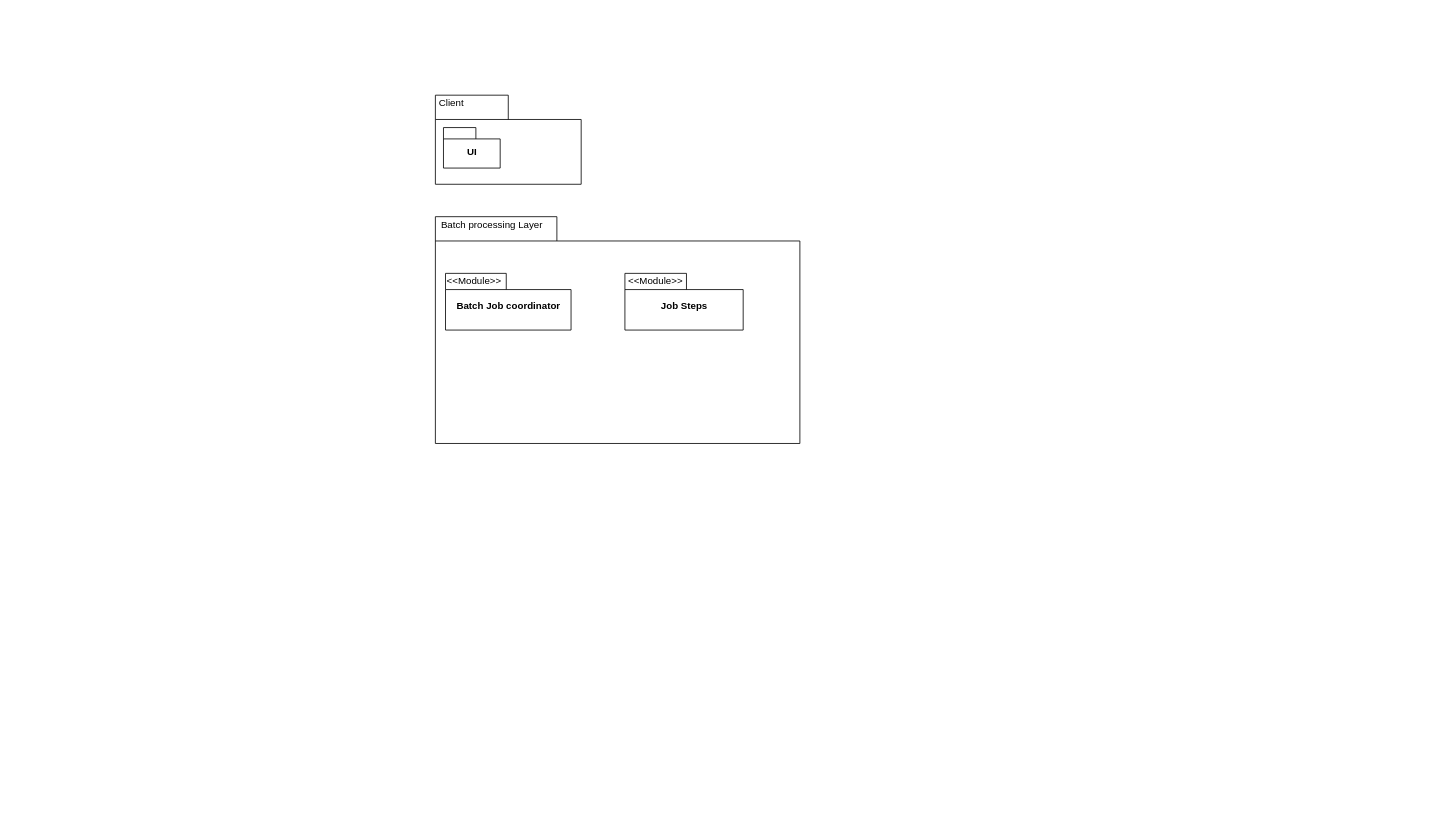
The draw.io diagram Untitled Diagram.drawio in 181850036/CONFIG12, before the edit. Source tidied: cells renumbered, new cells numbered last; positions are measured from the earlier drawing's top-left corner, leaving out a move shared by most shapes. Both pictures are drawn from the tidied source at 81%, with x=0, y=0 at pixel (435, 95).
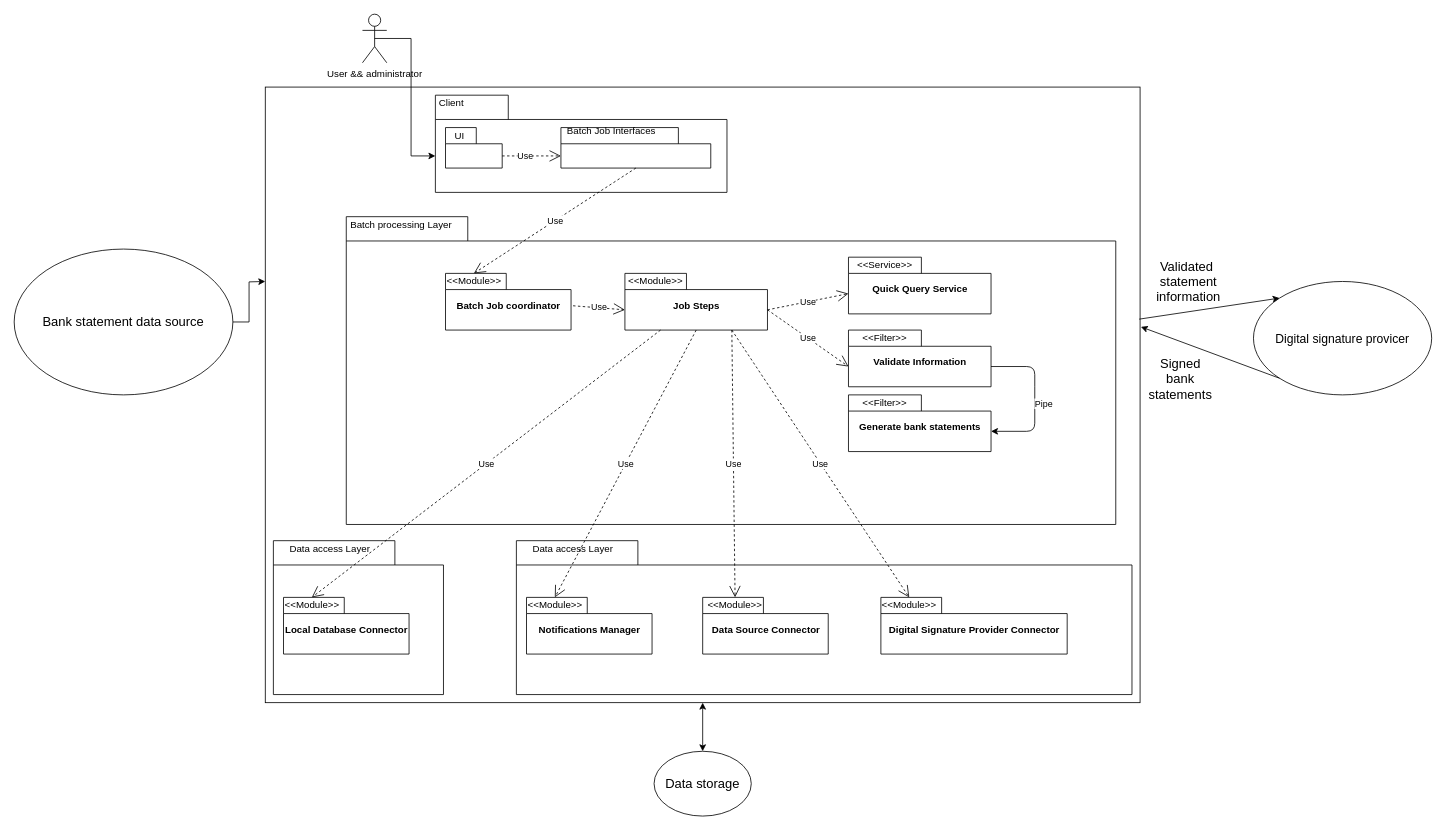
The same page after the edit.

What changed in the source:
```diff
@@
-    <mxCell id="2" style="shape=folder;fontStyle=1;spacingTop=10;tabWidth=150;tabHeight=30;tabPosition=left;html=1;" parent="1" vertex="1">
-      <mxGeometry y="150" width="450" height="280" as="geometry" />
-    </mxCell>
+    <mxCell id="11" style="rounded=0;whiteSpace=wrap;html=1;" parent="1" vertex="1">
+      <mxGeometry x="-210" y="-10" width="1080" height="760" as="geometry" />
+    </mxCell>
+    <mxCell id="12" style="shape=folder;fontStyle=1;spacingTop=10;tabWidth=150;tabHeight=30;tabPosition=left;html=1;" parent="1" vertex="1">
+      <mxGeometry x="-110" y="150" width="950" height="380" as="geometry" />
+    </mxCell>
     <mxCell id="3" value="Batch processing Layer" style="text;html=1;strokeColor=none;fillColor=none;align=center;verticalAlign=middle;whiteSpace=wrap;rounded=0;" parent="1" vertex="1">
-      <mxGeometry y="160" width="140" as="geometry" />
+      <mxGeometry x="-112.5" y="160" width="140" as="geometry" />
     </mxCell>
-    <mxCell id="4" style="shape=folder;fontStyle=1;spacingTop=10;tabWidth=90;tabHeight=30;tabPosition=left;html=1;" parent="1" vertex="1">
-      <mxGeometry width="180" height="110" as="geometry" />
-    </mxCell>
+    <mxCell id="13" style="shape=folder;fontStyle=1;spacingTop=10;tabWidth=90;tabHeight=30;tabPosition=left;html=1;" parent="1" vertex="1">
+      <mxGeometry width="360" height="120" as="geometry" />
+    </mxCell>
@@
+    <mxCell id="14" style="shape=folder;fontStyle=1;spacingTop=10;tabWidth=38;tabHeight=20;tabPosition=left;html=1;" parent="1" vertex="1">
+      <mxGeometry x="12.5" y="40" width="70" height="50" as="geometry" />
+    </mxCell>
+    <mxCell id="7" value="Batch Job coordinator" style="shape=folder;fontStyle=1;spacingTop=10;tabWidth=75;tabHeight=20;tabPosition=left;html=1;" parent="1" vertex="1">
+      <mxGeometry x="12.5" y="220" width="155" height="70" as="geometry" />
+    </mxCell>
+    <mxCell id="15" value="&amp;lt;&amp;lt;Module&amp;gt;&amp;gt;" style="text;html=1;strokeColor=none;fillColor=none;align=center;verticalAlign=middle;whiteSpace=wrap;rounded=0;" parent="1" vertex="1">
+      <mxGeometry x="27.5" y="220" width="40" height="20" as="geometry" />
+    </mxCell>
+    <mxCell id="9" value="Job Steps" style="shape=folder;fontStyle=1;spacingTop=10;tabWidth=76;tabHeight=20;tabPosition=left;html=1;" parent="1" vertex="1">
+      <mxGeometry x="234" y="220" width="176" height="70" as="geometry" />
+    </mxCell>
+    <mxCell id="16" value="&amp;lt;&amp;lt;Module&amp;gt;&amp;gt;" style="text;html=1;strokeColor=none;fillColor=none;align=center;verticalAlign=middle;whiteSpace=wrap;rounded=0;" parent="1" vertex="1">
+      <mxGeometry x="234" y="220" width="76" height="20" as="geometry" />
+    </mxCell>
+    <mxCell id="17" style="shape=folder;fontStyle=1;spacingTop=10;tabWidth=150;tabHeight=30;tabPosition=left;html=1;" parent="1" vertex="1">
+      <mxGeometry x="-200" y="550" width="210" height="190" as="geometry" />
+    </mxCell>
+    <mxCell id="18" value="Data access Layer" style="text;html=1;strokeColor=none;fillColor=none;align=center;verticalAlign=middle;whiteSpace=wrap;rounded=0;" parent="1" vertex="1">
+      <mxGeometry x="-200" y="560" width="140" as="geometry" />
+    </mxCell>
+    <mxCell id="19" value="Local Database Connector" style="shape=folder;fontStyle=1;spacingTop=10;tabWidth=75;tabHeight=20;tabPosition=left;html=1;" parent="1" vertex="1">
+      <mxGeometry x="-187.5" y="620" width="155" height="70" as="geometry" />
+    </mxCell>
+    <mxCell id="20" value="&amp;lt;&amp;lt;Module&amp;gt;&amp;gt;" style="text;html=1;strokeColor=none;fillColor=none;align=center;verticalAlign=middle;whiteSpace=wrap;rounded=0;" parent="1" vertex="1">
+      <mxGeometry x="-172.5" y="620" width="40" height="20" as="geometry" />
+    </mxCell>
+    <mxCell id="21" style="shape=folder;fontStyle=1;spacingTop=10;tabWidth=150;tabHeight=30;tabPosition=left;html=1;" parent="1" vertex="1">
+      <mxGeometry x="100" y="550" width="760" height="190" as="geometry" />
+    </mxCell>
+    <mxCell id="22" value="Data access Layer" style="text;html=1;strokeColor=none;fillColor=none;align=center;verticalAlign=middle;whiteSpace=wrap;rounded=0;" parent="1" vertex="1">
+      <mxGeometry x="100" y="560" width="140" as="geometry" />
+    </mxCell>
+    <mxCell id="23" value="Notifications Manager" style="shape=folder;fontStyle=1;spacingTop=10;tabWidth=75;tabHeight=20;tabPosition=left;html=1;" parent="1" vertex="1">
+      <mxGeometry x="112.5" y="620" width="155" height="70" as="geometry" />
+    </mxCell>
+    <mxCell id="24" value="&amp;lt;&amp;lt;Module&amp;gt;&amp;gt;" style="text;html=1;strokeColor=none;fillColor=none;align=center;verticalAlign=middle;whiteSpace=wrap;rounded=0;" parent="1" vertex="1">
+      <mxGeometry x="127.5" y="620" width="40" height="20" as="geometry" />
+    </mxCell>
+    <mxCell id="25" value="Data Source Connector" style="shape=folder;fontStyle=1;spacingTop=10;tabWidth=75;tabHeight=20;tabPosition=left;html=1;" parent="1" vertex="1">
+      <mxGeometry x="330" y="620" width="155" height="70" as="geometry" />
+    </mxCell>
+    <mxCell id="26" value="&amp;lt;&amp;lt;Module&amp;gt;&amp;gt;" style="text;html=1;strokeColor=none;fillColor=none;align=center;verticalAlign=middle;whiteSpace=wrap;rounded=0;" parent="1" vertex="1">
+      <mxGeometry x="350" y="620" width="40" height="20" as="geometry" />
+    </mxCell>
+    <mxCell id="27" value="Digital Signature Provider Connector" style="shape=folder;fontStyle=1;spacingTop=10;tabWidth=75;tabHeight=20;tabPosition=left;html=1;" parent="1" vertex="1">
+      <mxGeometry x="550" y="620" width="230" height="70" as="geometry" />
+    </mxCell>
+    <mxCell id="28" value="&amp;lt;&amp;lt;Module&amp;gt;&amp;gt;" style="text;html=1;strokeColor=none;fillColor=none;align=center;verticalAlign=middle;whiteSpace=wrap;rounded=0;" parent="1" vertex="1">
+      <mxGeometry x="565" y="620" width="40" height="20" as="geometry" />
+    </mxCell>
+    <mxCell id="29" value="Use" style="endArrow=open;endSize=12;dashed=1;html=1;exitX=0.25;exitY=1;exitDx=0;exitDy=0;exitPerimeter=0;entryX=0.5;entryY=0;entryDx=0;entryDy=0;" parent="1" edge="1" source="9" target="20">
+      <mxGeometry relative="1" as="geometry" />
+    </mxCell>
+    <mxCell id="30" value="Use" style="endArrow=open;endSize=12;dashed=1;html=1;exitX=0.5;exitY=1;exitDx=0;exitDy=0;exitPerimeter=0;entryX=0.5;entryY=0;entryDx=0;entryDy=0;" parent="1" edge="1" source="9" target="24">
+      <mxGeometry relative="1" as="geometry" />
+    </mxCell>
+    <mxCell id="31" value="Use" style="endArrow=open;endSize=12;dashed=1;html=1;exitX=0.75;exitY=1;exitDx=0;exitDy=0;exitPerimeter=0;" parent="1" edge="1" source="9">
+      <mxGeometry relative="1" as="geometry">
+        <mxPoint x="370" y="620" as="targetPoint" />
+      </mxGeometry>
+    </mxCell>
+    <mxCell id="32" value="Use" style="endArrow=open;endSize=12;dashed=1;html=1;exitX=0.75;exitY=1;exitDx=0;exitDy=0;exitPerimeter=0;entryX=0.5;entryY=0;entryDx=0;entryDy=0;" parent="1" edge="1" source="9" target="28">
+      <mxGeometry relative="1" as="geometry" />
+    </mxCell>
-    <mxCell id="6" value="UI" style="shape=folder;fontStyle=1;spacingTop=10;tabWidth=40;tabHeight=14;tabPosition=left;html=1;" parent="1" vertex="1">
-      <mxGeometry x="10" y="40" width="70" height="50" as="geometry" />
+    <mxCell id="6" value="UI" style="text;html=1;strokeColor=none;fillColor=none;align=center;verticalAlign=middle;whiteSpace=wrap;rounded=0;" parent="1" vertex="1">
+      <mxGeometry x="10" y="40" width="40" height="20" as="geometry" />
     </mxCell>
-    <mxCell id="7" value="Batch Job coordinator" style="shape=folder;fontStyle=1;spacingTop=10;tabWidth=75;tabHeight=20;tabPosition=left;html=1;" parent="1" vertex="1">
-      <mxGeometry x="12.5" y="220" width="155" height="70" as="geometry" />
-    </mxCell>
-    <mxCell id="8" value="&amp;lt;&amp;lt;Module&amp;gt;&amp;gt;" style="text;html=1;strokeColor=none;fillColor=none;align=center;verticalAlign=middle;whiteSpace=wrap;rounded=0;" parent="1" vertex="1">
-      <mxGeometry x="27.5" y="220" width="40" height="20" as="geometry" />
-    </mxCell>
-    <mxCell id="9" value="Job Steps" style="shape=folder;fontStyle=1;spacingTop=10;tabWidth=76;tabHeight=20;tabPosition=left;html=1;" parent="1" vertex="1">
-      <mxGeometry x="234" y="220" width="146" height="70" as="geometry" />
-    </mxCell>
-    <mxCell id="10" value="&amp;lt;&amp;lt;Module&amp;gt;&amp;gt;" style="text;html=1;strokeColor=none;fillColor=none;align=center;verticalAlign=middle;whiteSpace=wrap;rounded=0;" parent="1" vertex="1">
-      <mxGeometry x="234" y="220" width="76" height="20" as="geometry" />
-    </mxCell>
+    <mxCell id="33" value="Use" style="endArrow=open;endSize=12;dashed=1;html=1;exitX=0;exitY=0;exitDx=70;exitDy=35;exitPerimeter=0;entryX=0;entryY=0;entryDx=0;entryDy=35;entryPerimeter=0;" parent="1" edge="1" source="14" target="34">
+      <mxGeometry x="-0.23" relative="1" as="geometry" />
+    </mxCell>
+    <mxCell id="34" style="shape=folder;fontStyle=1;spacingTop=10;tabWidth=145;tabHeight=20;tabPosition=left;html=1;" parent="1" vertex="1">
+      <mxGeometry x="155" y="40" width="185" height="50" as="geometry" />
+    </mxCell>
+    <mxCell id="35" value="Batch Job Interfaces" style="text;html=1;strokeColor=none;fillColor=none;align=center;verticalAlign=middle;whiteSpace=wrap;rounded=0;" parent="1" vertex="1">
+      <mxGeometry x="155" y="40" width="125" height="10" as="geometry" />
+    </mxCell>
+    <mxCell id="36" value="Use" style="endArrow=open;endSize=12;dashed=1;html=1;exitX=0.5;exitY=1;exitDx=0;exitDy=0;exitPerimeter=0;entryX=0.5;entryY=0;entryDx=0;entryDy=0;" parent="1" edge="1" source="34" target="15">
+      <mxGeometry relative="1" as="geometry" />
+    </mxCell>
+    <mxCell id="37" value="Use" style="endArrow=open;endSize=12;dashed=1;html=1;entryX=0;entryY=0;entryDx=0;entryDy=45;entryPerimeter=0;" parent="1" edge="1" target="9">
+      <mxGeometry relative="1" as="geometry">
+        <mxPoint x="170" y="260" as="sourcePoint" />
+      </mxGeometry>
+    </mxCell>
+    <mxCell id="38" value="Quick Query Service" style="shape=folder;fontStyle=1;spacingTop=10;tabWidth=90;tabHeight=20;tabPosition=left;html=1;" parent="1" vertex="1">
+      <mxGeometry x="510" y="200" width="176" height="70" as="geometry" />
+    </mxCell>
+    <mxCell id="39" value="&amp;lt;&amp;lt;Service&amp;gt;&amp;gt;" style="text;html=1;strokeColor=none;fillColor=none;align=center;verticalAlign=middle;whiteSpace=wrap;rounded=0;" parent="1" vertex="1">
+      <mxGeometry x="500" y="200" width="110" height="20" as="geometry" />
+    </mxCell>
+    <mxCell id="40" value="Use" style="endArrow=open;endSize=12;dashed=1;html=1;exitX=0;exitY=0;exitDx=176;exitDy=45;exitPerimeter=0;entryX=0;entryY=0;entryDx=0;entryDy=45;entryPerimeter=0;" parent="1" edge="1" source="9" target="38">
+      <mxGeometry relative="1" as="geometry" />
+    </mxCell>
+    <mxCell id="41" value="Validate Information" style="shape=folder;fontStyle=1;spacingTop=10;tabWidth=90;tabHeight=20;tabPosition=left;html=1;" parent="1" vertex="1">
+      <mxGeometry x="510" y="290" width="176" height="70" as="geometry" />
+    </mxCell>
+    <mxCell id="42" value="&amp;lt;&amp;lt;Filter&amp;gt;&amp;gt;" style="text;html=1;strokeColor=none;fillColor=none;align=center;verticalAlign=middle;whiteSpace=wrap;rounded=0;" parent="1" vertex="1">
+      <mxGeometry x="500" y="290" width="110" height="20" as="geometry" />
+    </mxCell>
+    <mxCell id="43" value="Use" style="endArrow=open;endSize=12;dashed=1;html=1;exitX=0;exitY=0;exitDx=176;exitDy=45;exitPerimeter=0;entryX=0;entryY=0;entryDx=0;entryDy=45;entryPerimeter=0;" parent="1" edge="1" source="9" target="41">
+      <mxGeometry relative="1" as="geometry" />
+    </mxCell>
+    <mxCell id="44" value="Generate bank statements" style="shape=folder;fontStyle=1;spacingTop=10;tabWidth=90;tabHeight=20;tabPosition=left;html=1;" parent="1" vertex="1">
+      <mxGeometry x="510" y="370" width="176" height="70" as="geometry" />
+    </mxCell>
+    <mxCell id="45" value="&amp;lt;&amp;lt;Filter&amp;gt;&amp;gt;" style="text;html=1;strokeColor=none;fillColor=none;align=center;verticalAlign=middle;whiteSpace=wrap;rounded=0;" parent="1" vertex="1">
+      <mxGeometry x="500" y="370" width="110" height="20" as="geometry" />
+    </mxCell>
+    <mxCell id="46" style="endArrow=classic;html=1;exitX=0;exitY=0;exitDx=176;exitDy=45;exitPerimeter=0;entryX=0;entryY=0;entryDx=176;entryDy=45;entryPerimeter=0;" parent="1" edge="1" source="41" target="44">
+      <mxGeometry relative="1" as="geometry">
+        <Array as="points">
+          <mxPoint x="740" y="335" />
+          <mxPoint x="740" y="370" />
+          <mxPoint x="740" y="415" />
+        </Array>
+      </mxGeometry>
+    </mxCell>
+    <mxCell id="47" value="Pipe" style="edgeLabel;html=1;align=center;verticalAlign=middle;" parent="46" vertex="1">
+      <mxGeometry relative="1" as="geometry">
+        <mxPoint x="10" y="5" as="offset" />
+      </mxGeometry>
+    </mxCell>
+    <mxCell id="48" style="edgeStyle=orthogonalEdgeStyle;rounded=0;jettySize=auto;html=1;exitX=0.5;exitY=0.5;exitDx=0;exitDy=0;exitPerimeter=0;entryX=0;entryY=0;entryDx=0;entryDy=75;entryPerimeter=0;" parent="1" edge="1" source="49" target="13">
+      <mxGeometry relative="1" as="geometry" />
+    </mxCell>
+    <mxCell id="49" value="User &amp;amp;&amp;amp;&amp;nbsp;administrator" style="shape=umlActor;verticalLabelPosition=bottom;verticalAlign=top;html=1;gradientColor=none;" parent="1" vertex="1">
+      <mxGeometry x="-90" y="-100" width="30" height="60" as="geometry" />
+    </mxCell>
+    <mxCell id="50" style="edgeStyle=orthogonalEdgeStyle;rounded=0;jettySize=auto;html=1;exitX=1;exitY=0.5;exitDx=0;exitDy=0;" parent="1" edge="1" source="51">
+      <mxGeometry relative="1" as="geometry">
+        <mxPoint x="-210" y="230" as="targetPoint" />
+      </mxGeometry>
+    </mxCell>
+    <mxCell id="51" value="&lt;font style=&quot;font-size: 16px&quot;&gt;Bank statement data source&lt;/font&gt;" style="ellipse;whiteSpace=wrap;html=1;gradientColor=none;" parent="1" vertex="1">
+      <mxGeometry x="-520" y="190" width="270" height="180" as="geometry" />
+    </mxCell>
+    <mxCell id="52" value="&lt;font style=&quot;font-size: 15px&quot;&gt;Digital signature provicer&lt;/font&gt;" style="ellipse;whiteSpace=wrap;html=1;gradientColor=none;" parent="1" vertex="1">
+      <mxGeometry x="1010" y="230" width="220" height="140" as="geometry" />
+    </mxCell>
+    <mxCell id="53" style="endArrow=classic;html=1;exitX=0.999;exitY=0.377;exitDx=0;exitDy=0;exitPerimeter=0;entryX=0;entryY=0;entryDx=0;entryDy=0;" parent="1" edge="1" source="11" target="52">
+      <mxGeometry relative="1" as="geometry" />
+    </mxCell>
+    <mxCell id="54" style="endArrow=classic;html=1;exitX=0;exitY=1;exitDx=0;exitDy=0;" parent="1" edge="1" source="52">
+      <mxGeometry relative="1" as="geometry">
+        <mxPoint x="871" y="286" as="targetPoint" />
+      </mxGeometry>
+    </mxCell>
+    <mxCell id="55" value="&lt;font style=&quot;font-size: 16px&quot;&gt;Validated&amp;nbsp; statement information&lt;/font&gt;" style="text;html=1;strokeColor=none;fillColor=none;align=center;verticalAlign=middle;whiteSpace=wrap;rounded=0;" parent="1" vertex="1">
+      <mxGeometry x="910" y="220" width="40" height="20" as="geometry" />
+    </mxCell>
+    <mxCell id="56" value="&lt;font style=&quot;font-size: 16px&quot;&gt;Signed bank statements&lt;/font&gt;" style="text;html=1;strokeColor=none;fillColor=none;align=center;verticalAlign=middle;whiteSpace=wrap;rounded=0;" parent="1" vertex="1">
+      <mxGeometry x="900" y="340" width="40" height="20" as="geometry" />
+    </mxCell>
+    <mxCell id="57" value="&lt;font style=&quot;font-size: 16px&quot;&gt;Data storage&lt;/font&gt;" style="ellipse;whiteSpace=wrap;html=1;gradientColor=none;" parent="1" vertex="1">
+      <mxGeometry x="270" y="810" width="120" height="80" as="geometry" />
+    </mxCell>
+    <mxCell id="58" style="edgeStyle=orthogonalEdgeStyle;rounded=0;orthogonalLoop=1;jettySize=auto;html=1;exitX=0.5;exitY=1;exitDx=0;exitDy=0;" parent="1" edge="1" source="11" target="11">
+      <mxGeometry relative="1" as="geometry" />
+    </mxCell>
+    <mxCell id="59" style="endArrow=classic;startArrow=classic;html=1;exitX=0.5;exitY=0;exitDx=0;exitDy=0;" parent="1" edge="1" source="57">
+      <mxGeometry relative="1" as="geometry">
+        <mxPoint x="330" y="750" as="targetPoint" />
+      </mxGeometry>
+    </mxCell>
```
